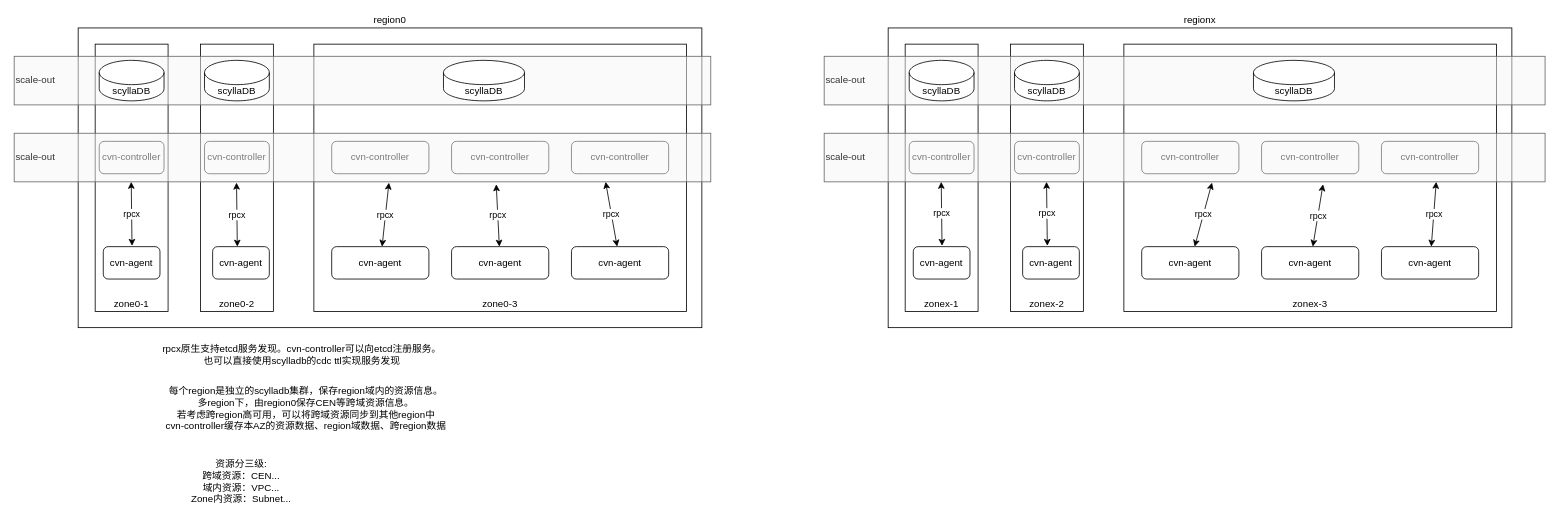
Earlier version of the draw.io diagram page "部署图" (1 of 7) of cvn.drawio (shenjiangc/openSDN). Source tidied: cells renumbered, new cells numbered last; positions are measured from the earlier drawing's top-left corner, leaving out a move shared by most shapes. Both pictures are drawn from the tidied source at 81%, with x=0, y=0 at pixel (14, 28).
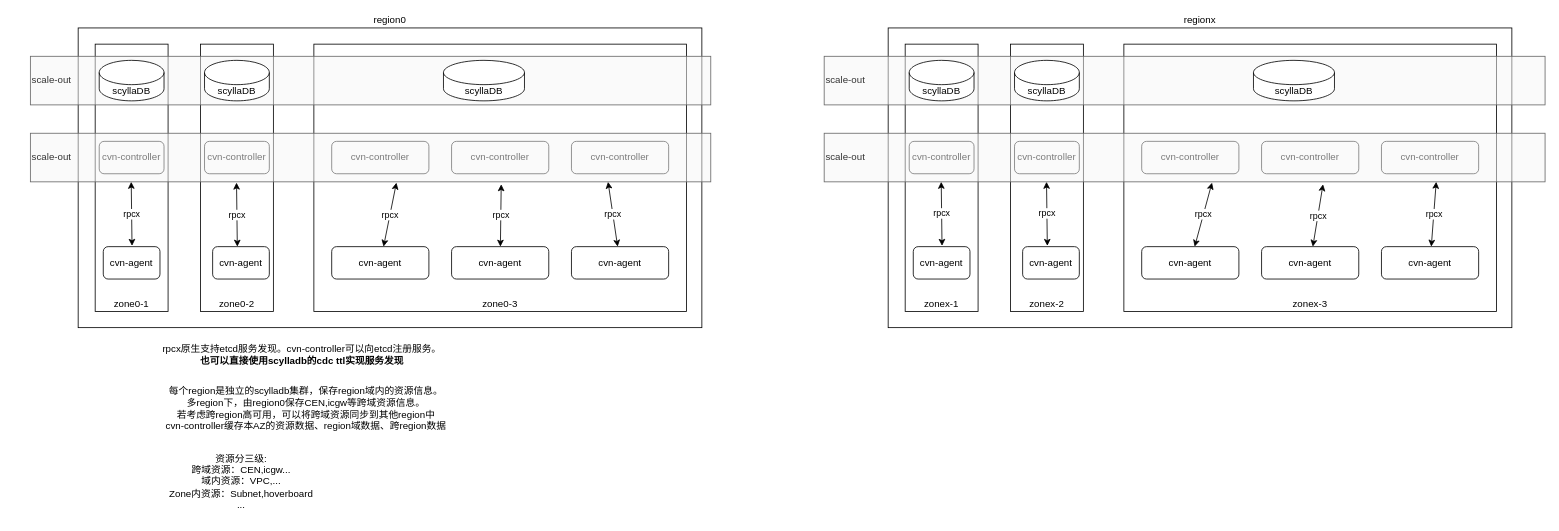
The same diagram, later.

What changed in the source:
```diff
@@
     <mxCell id="14" value="scale-out" style="rounded=0;whiteSpace=wrap;html=1;fillColor=#f5f5f5;fontColor=#333333;strokeColor=#666666;fillOpacity=50;align=left;" parent="1" vertex="1">
-      <mxGeometry y="35" width="860" height="60" as="geometry" />
+      <mxGeometry x="20" y="35" width="840" height="60" as="geometry" />
     </mxCell>
     <mxCell id="15" value="scale-out" style="rounded=0;whiteSpace=wrap;html=1;fillColor=#f5f5f5;fontColor=#333333;strokeColor=#666666;fillOpacity=50;align=left;" parent="1" vertex="1">
-      <mxGeometry y="130" width="860" height="60" as="geometry" />
+      <mxGeometry x="20" y="130" width="840" height="60" as="geometry" />
     </mxCell>
@@
-    <mxCell id="21" value="rpcx原生支持etcd服务发现。cvn-controller可以向etcd注册服务。&lt;br&gt;也可以直接使用scylladb的cdc ttl实现服务发现" style="text;html=1;align=center;verticalAlign=middle;strokeColor=none;fillColor=none;" parent="1" vertex="1">
+    <mxCell id="21" value="rpcx原生支持etcd服务发现。cvn-controller可以向etcd注册服务。&lt;br&gt;&lt;b&gt;也可以直接使用scylladb的cdc ttl实现服务发现&lt;/b&gt;" style="text;html=1;align=center;verticalAlign=middle;strokeColor=none;fillColor=none;" parent="1" vertex="1">
       <mxGeometry x="170" y="383" width="370" height="40" as="geometry" />
     </mxCell>
-    <mxCell id="22" value="每个region是独立的scylladb集群，保存region域内的资源信息。&lt;br&gt;多region下，由region0保存CEN等跨域资源信息。&lt;br&gt;若考虑跨region高可用，可以将跨域资源同步到其他region中&lt;br&gt;cvn-controller缓存本AZ的资源数据、region域数据、跨region数据" style="text;html=1;align=center;verticalAlign=middle;strokeColor=none;fillColor=none;" parent="1" vertex="1">
+    <mxCell id="22" value="每个region是独立的scylladb集群，保存region域内的资源信息。&lt;br&gt;多region下，由region0保存CEN,icgw等跨域资源信息。&lt;br&gt;若考虑跨region高可用，可以将跨域资源同步到其他region中&lt;br&gt;cvn-controller缓存本AZ的资源数据、region域数据、跨region数据" style="text;html=1;align=center;verticalAlign=middle;strokeColor=none;fillColor=none;" parent="1" vertex="1">
       <mxGeometry x="175" y="435" width="370" height="70" as="geometry" />
     </mxCell>
@@
-    <mxCell id="26" value="资源分三级:&lt;br&gt;跨域资源：CEN...&lt;br&gt;域内资源：VPC...&lt;br&gt;Zone内资源：Subnet..." style="text;html=1;align=center;verticalAlign=middle;strokeColor=none;fillColor=none;" parent="1" vertex="1">
-      <mxGeometry x="205" y="525" width="150" height="70" as="geometry" />
+    <mxCell id="26" value="资源分三级:&lt;br&gt;跨域资源：CEN,icgw...&lt;br&gt;域内资源：VPC,...&lt;br&gt;Zone内资源：Subnet,hoverboard&lt;br&gt;..." style="text;html=1;align=center;verticalAlign=middle;strokeColor=none;fillColor=none;" parent="1" vertex="1">
+      <mxGeometry x="180" y="515" width="200" height="90" as="geometry" />
     </mxCell>
```
